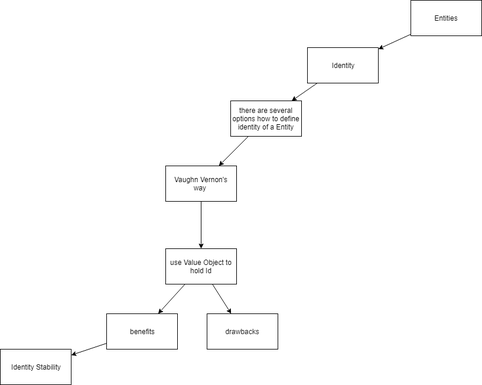
Earlier version of the draw.io export DDD_Entities_Overview.PNG (stsiwo/ddd_concept). Source tidied: cells renumbered, new cells last; positions are measured from the earlier drawing's top-left corner, leaving out a move shared by most shapes. The source it was exported from:
```xml
<mxGraphModel>
  <root>
    <mxCell id="0" />
    <mxCell id="1" parent="0" />
    <mxCell id="2" style="rounded=0;jettySize=auto;html=1;" parent="1" edge="1" source="3" target="5">
      <mxGeometry relative="1" as="geometry" />
    </mxCell>
    <mxCell id="3" value="Entities" style="rounded=0;whiteSpace=wrap;html=1;" parent="1" vertex="1">
      <mxGeometry x="695" width="120" height="60" as="geometry" />
    </mxCell>
    <mxCell id="4" style="edgeStyle=none;rounded=0;jettySize=auto;html=1;" parent="1" edge="1" source="5" target="7">
      <mxGeometry relative="1" as="geometry" />
    </mxCell>
    <mxCell id="5" value="Identity" style="rounded=0;whiteSpace=wrap;html=1;" parent="1" vertex="1">
      <mxGeometry x="520" y="80" width="120" height="60" as="geometry" />
    </mxCell>
    <mxCell id="6" style="edgeStyle=none;rounded=0;jettySize=auto;html=1;" parent="1" edge="1" source="7" target="9">
      <mxGeometry relative="1" as="geometry" />
    </mxCell>
    <mxCell id="7" value="there are several options how to define identity of a Entity" style="rounded=0;whiteSpace=wrap;html=1;" parent="1" vertex="1">
      <mxGeometry x="390" y="170" width="120" height="60" as="geometry" />
    </mxCell>
    <mxCell id="8" style="edgeStyle=none;rounded=0;jettySize=auto;html=1;" parent="1" edge="1" source="9" target="12">
      <mxGeometry relative="1" as="geometry" />
    </mxCell>
    <mxCell id="9" value="Vaughn Vernon's way&amp;nbsp;" style="rounded=0;whiteSpace=wrap;html=1;" parent="1" vertex="1">
      <mxGeometry x="280" y="280" width="120" height="60" as="geometry" />
    </mxCell>
    <mxCell id="10" style="edgeStyle=none;rounded=0;jettySize=auto;html=1;" parent="1" edge="1" source="12" target="15">
      <mxGeometry relative="1" as="geometry" />
    </mxCell>
    <mxCell id="11" style="edgeStyle=none;rounded=0;jettySize=auto;html=1;" parent="1" edge="1" source="12" target="13">
      <mxGeometry relative="1" as="geometry" />
    </mxCell>
    <mxCell id="12" value="use Value Object to hold Id" style="rounded=0;whiteSpace=wrap;html=1;" parent="1" vertex="1">
      <mxGeometry x="280" y="420" width="120" height="60" as="geometry" />
    </mxCell>
    <mxCell id="13" value="drawbacks" style="rounded=0;whiteSpace=wrap;html=1;" parent="1" vertex="1">
      <mxGeometry x="350" y="530" width="120" height="60" as="geometry" />
    </mxCell>
    <mxCell id="14" style="edgeStyle=none;rounded=0;jettySize=auto;html=1;" parent="1" edge="1" source="15" target="16">
      <mxGeometry relative="1" as="geometry" />
    </mxCell>
    <mxCell id="15" value="benefits" style="rounded=0;whiteSpace=wrap;html=1;" parent="1" vertex="1">
      <mxGeometry x="180" y="530" width="120" height="60" as="geometry" />
    </mxCell>
    <mxCell id="16" value="Identity Stability" style="rounded=0;whiteSpace=wrap;html=1;" parent="1" vertex="1">
      <mxGeometry y="590" width="120" height="60" as="geometry" />
    </mxCell>
  </root>
</mxGraphModel>
```
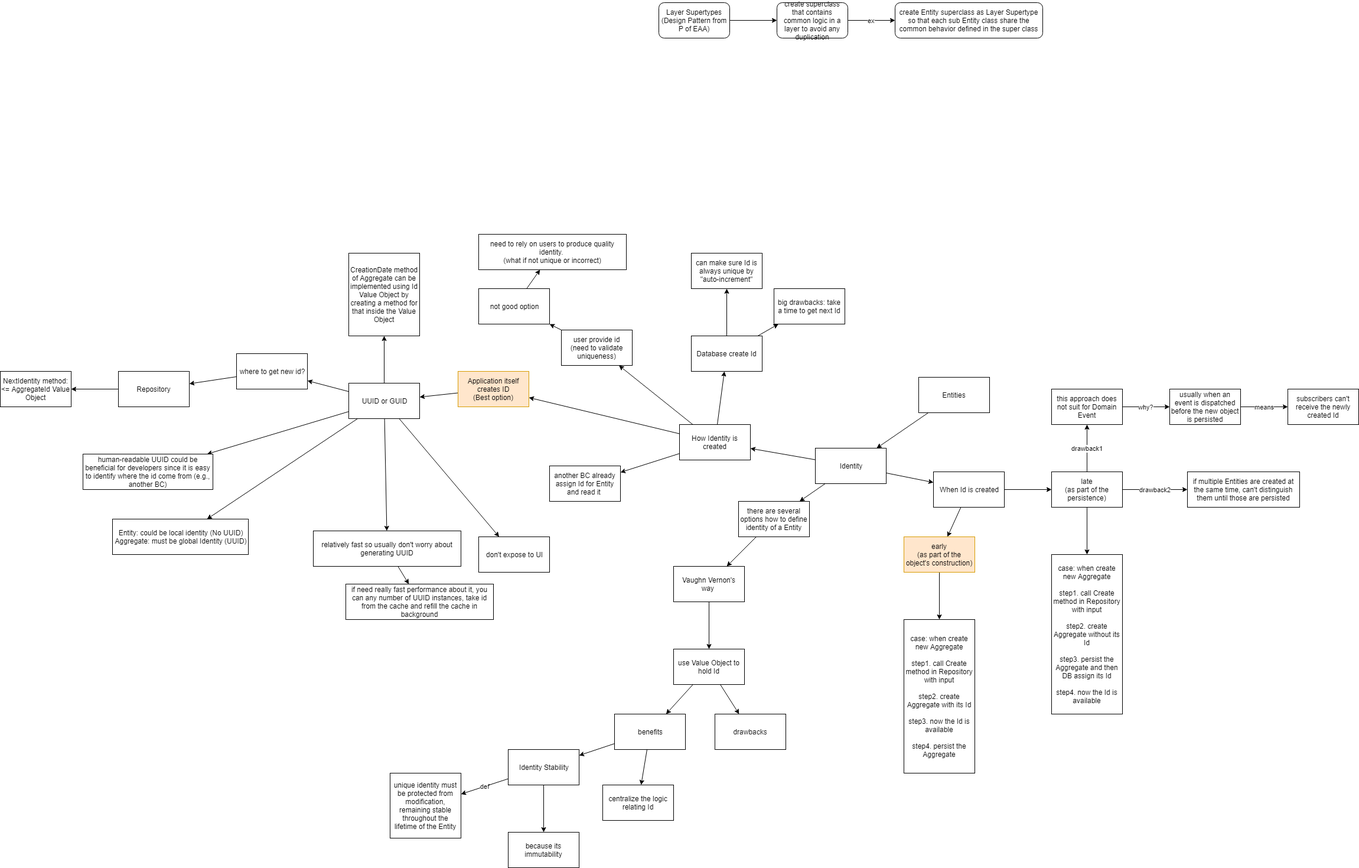
After the commit.

The edit, as a diff of the source:
```diff
@@ -6,14 +6,182 @@
       <mxGeometry relative="1" as="geometry" />
     </mxCell>
     <mxCell id="3" value="Entities" style="rounded=0;whiteSpace=wrap;html=1;" parent="1" vertex="1">
-      <mxGeometry x="695" width="120" height="60" as="geometry" />
+      <mxGeometry x="695" y="-40" width="120" height="60" as="geometry" />
     </mxCell>
     <mxCell id="4" style="edgeStyle=none;rounded=0;jettySize=auto;html=1;" parent="1" edge="1" source="5" target="7">
       <mxGeometry relative="1" as="geometry" />
     </mxCell>
+    <mxCell id="17" style="edgeStyle=none;rounded=0;jettySize=auto;html=1;" parent="1" edge="1" source="5" target="40">
+      <mxGeometry relative="1" as="geometry" />
+    </mxCell>
+    <mxCell id="18" style="edgeStyle=none;rounded=0;jettySize=auto;html=1;" parent="1" edge="1" source="5" target="21">
+      <mxGeometry relative="1" as="geometry" />
+    </mxCell>
     <mxCell id="5" value="Identity" style="rounded=0;whiteSpace=wrap;html=1;" parent="1" vertex="1">
       <mxGeometry x="520" y="80" width="120" height="60" as="geometry" />
     </mxCell>
+    <mxCell id="19" style="edgeStyle=none;rounded=0;jettySize=auto;html=1;" parent="1" edge="1" source="21" target="34">
+      <mxGeometry relative="1" as="geometry" />
+    </mxCell>
+    <mxCell id="20" style="edgeStyle=none;rounded=0;jettySize=auto;html=1;" parent="1" edge="1" source="21" target="25">
+      <mxGeometry relative="1" as="geometry" />
+    </mxCell>
+    <mxCell id="21" value="When Id is created" style="rounded=0;whiteSpace=wrap;html=1;" parent="1" vertex="1">
+      <mxGeometry x="720" y="120" width="120" height="60" as="geometry" />
+    </mxCell>
+    <mxCell id="22" style="edgeStyle=none;rounded=0;jettySize=auto;html=1;" parent="1" edge="1" source="25" target="32">
+      <mxGeometry relative="1" as="geometry" />
+    </mxCell>
+    <mxCell id="23" value="drawback1" style="edgeStyle=none;rounded=0;jettySize=auto;html=1;" parent="1" edge="1" source="25" target="28">
+      <mxGeometry relative="1" as="geometry" />
+    </mxCell>
+    <mxCell id="24" value="drawback2" style="edgeStyle=none;rounded=0;jettySize=auto;html=1;" parent="1" edge="1" source="25" target="26">
+      <mxGeometry relative="1" as="geometry" />
+    </mxCell>
+    <mxCell id="25" value="late&lt;br&gt;(as part of the persistence)" style="rounded=0;whiteSpace=wrap;html=1;" parent="1" vertex="1">
+      <mxGeometry x="920" y="120" width="120" height="60" as="geometry" />
+    </mxCell>
+    <mxCell id="26" value="if multiple Entities are created at the same time, can't distinguish them until those are persisted" style="rounded=0;whiteSpace=wrap;html=1;" parent="1" vertex="1">
+      <mxGeometry x="1150" y="120" width="190" height="60" as="geometry" />
+    </mxCell>
+    <mxCell id="27" value="why?" style="edgeStyle=none;rounded=0;jettySize=auto;html=1;" parent="1" edge="1" source="28" target="30">
+      <mxGeometry relative="1" as="geometry" />
+    </mxCell>
+    <mxCell id="28" value="this approach does not suit for Domain Event" style="rounded=0;whiteSpace=wrap;html=1;" parent="1" vertex="1">
+      <mxGeometry x="920" y="-20" width="120" height="60" as="geometry" />
+    </mxCell>
+    <mxCell id="29" value="means" style="edgeStyle=none;rounded=0;jettySize=auto;html=1;" parent="1" edge="1" source="30" target="31">
+      <mxGeometry relative="1" as="geometry" />
+    </mxCell>
+    <mxCell id="30" value="usually when an event is dispatched before the new object is persisted" style="rounded=0;whiteSpace=wrap;html=1;" parent="1" vertex="1">
+      <mxGeometry x="1120" y="-20" width="120" height="60" as="geometry" />
+    </mxCell>
+    <mxCell id="31" value="subscribers can't receive the newly created Id" style="rounded=0;whiteSpace=wrap;html=1;" parent="1" vertex="1">
+      <mxGeometry x="1320" y="-20" width="120" height="60" as="geometry" />
+    </mxCell>
+    <mxCell id="32" value="case: when create new Aggregate&lt;br&gt;&lt;br&gt;step1. call Create method in Repository with input&lt;br&gt;&lt;br&gt;step2. create Aggregate without its Id&lt;br&gt;&lt;br&gt;step3. persist the Aggregate and then DB assign its Id&lt;br&gt;&lt;br&gt;step4. now the Id is available" style="rounded=0;whiteSpace=wrap;html=1;" parent="1" vertex="1">
+      <mxGeometry x="920" y="260" width="120" height="270" as="geometry" />
+    </mxCell>
+    <mxCell id="33" style="edgeStyle=none;rounded=0;jettySize=auto;html=1;" parent="1" edge="1" source="34" target="35">
+      <mxGeometry relative="1" as="geometry" />
+    </mxCell>
+    <mxCell id="34" value="early&lt;br&gt;(as part of the object's construction)" style="rounded=0;whiteSpace=wrap;html=1;fillColor=#ffe6cc;strokeColor=#d79b00;" parent="1" vertex="1">
+      <mxGeometry x="670" y="230" width="120" height="60" as="geometry" />
+    </mxCell>
+    <mxCell id="35" value="case: when create new Aggregate&lt;br&gt;&lt;br&gt;step1. call Create method in Repository with input&lt;br&gt;&lt;br&gt;step2. create Aggregate with its Id&lt;br&gt;&lt;br&gt;step3. now the Id is available&lt;br&gt;&lt;br&gt;step4. persist the Aggregate" style="rounded=0;whiteSpace=wrap;html=1;" parent="1" vertex="1">
+      <mxGeometry x="670" y="370" width="120" height="260" as="geometry" />
+    </mxCell>
+    <mxCell id="36" style="edgeStyle=none;rounded=0;jettySize=auto;html=1;" parent="1" edge="1" source="40" target="53">
+      <mxGeometry relative="1" as="geometry" />
+    </mxCell>
+    <mxCell id="37" style="edgeStyle=none;rounded=0;jettySize=auto;html=1;" parent="1" edge="1" source="40" target="49">
+      <mxGeometry relative="1" as="geometry" />
+    </mxCell>
+    <mxCell id="38" style="edgeStyle=none;rounded=0;jettySize=auto;html=1;" parent="1" edge="1" source="40" target="46">
+      <mxGeometry relative="1" as="geometry" />
+    </mxCell>
+    <mxCell id="39" style="edgeStyle=none;rounded=0;jettySize=auto;html=1;" parent="1" edge="1" source="40" target="42">
+      <mxGeometry relative="1" as="geometry" />
+    </mxCell>
+    <mxCell id="40" value="How Identity is created" style="rounded=0;whiteSpace=wrap;html=1;" parent="1" vertex="1">
+      <mxGeometry x="290" y="40" width="120" height="60" as="geometry" />
+    </mxCell>
+    <mxCell id="41" style="edgeStyle=none;rounded=0;jettySize=auto;html=1;" parent="1" edge="1" source="42" target="44">
+      <mxGeometry relative="1" as="geometry" />
+    </mxCell>
+    <mxCell id="42" value="user provide id&lt;br&gt;(need to validate uniqueness)" style="rounded=0;whiteSpace=wrap;html=1;" parent="1" vertex="1">
+      <mxGeometry x="90" y="-120" width="120" height="60" as="geometry" />
+    </mxCell>
+    <mxCell id="43" style="edgeStyle=none;rounded=0;jettySize=auto;html=1;" parent="1" edge="1" source="44" target="45">
+      <mxGeometry relative="1" as="geometry" />
+    </mxCell>
+    <mxCell id="44" value="not good option" style="rounded=0;whiteSpace=wrap;html=1;" parent="1" vertex="1">
+      <mxGeometry x="-50" y="-190" width="120" height="60" as="geometry" />
+    </mxCell>
+    <mxCell id="45" value="need to rely on users to produce quality identity.&amp;nbsp;&lt;br&gt;(what if not unique or incorrect)" style="rounded=0;whiteSpace=wrap;html=1;" parent="1" vertex="1">
+      <mxGeometry x="-50" y="-282" width="250" height="60" as="geometry" />
+    </mxCell>
+    <mxCell id="46" value="another BC already assign Id for Entity and read it&amp;nbsp;" style="rounded=0;whiteSpace=wrap;html=1;" parent="1" vertex="1">
+      <mxGeometry x="70" y="110" width="120" height="60" as="geometry" />
+    </mxCell>
+    <mxCell id="47" style="edgeStyle=none;rounded=0;jettySize=auto;html=1;" parent="1" edge="1" source="49" target="51">
+      <mxGeometry relative="1" as="geometry" />
+    </mxCell>
+    <mxCell id="48" style="edgeStyle=none;rounded=0;jettySize=auto;html=1;" parent="1" edge="1" source="49" target="50">
+      <mxGeometry relative="1" as="geometry" />
+    </mxCell>
+    <mxCell id="49" value="Database create Id" style="rounded=0;whiteSpace=wrap;html=1;" parent="1" vertex="1">
+      <mxGeometry x="310" y="-110" width="120" height="60" as="geometry" />
+    </mxCell>
+    <mxCell id="50" value="big drawbacks: take a time to get next Id" style="rounded=0;whiteSpace=wrap;html=1;" parent="1" vertex="1">
+      <mxGeometry x="450" y="-190" width="120" height="60" as="geometry" />
+    </mxCell>
+    <mxCell id="51" value="can make sure Id is always unique by &quot;auto-increment&quot;" style="rounded=0;whiteSpace=wrap;html=1;" parent="1" vertex="1">
+      <mxGeometry x="310" y="-250" width="120" height="60" as="geometry" />
+    </mxCell>
+    <mxCell id="52" style="edgeStyle=none;rounded=0;jettySize=auto;html=1;" parent="1" edge="1" source="53" target="60">
+      <mxGeometry relative="1" as="geometry" />
+    </mxCell>
+    <mxCell id="53" value="Application itself creates ID&lt;br&gt;(Best option)" style="rounded=0;whiteSpace=wrap;html=1;fillColor=#ffe6cc;strokeColor=#d79b00;" parent="1" vertex="1">
+      <mxGeometry x="-85" y="-50" width="120" height="60" as="geometry" />
+    </mxCell>
+    <mxCell id="54" style="edgeStyle=none;rounded=0;jettySize=auto;html=1;" parent="1" edge="1" source="60" target="71">
+      <mxGeometry relative="1" as="geometry" />
+    </mxCell>
+    <mxCell id="55" style="edgeStyle=none;rounded=0;jettySize=auto;html=1;" parent="1" edge="1" source="60" target="69">
+      <mxGeometry relative="1" as="geometry" />
+    </mxCell>
+    <mxCell id="56" style="edgeStyle=none;rounded=0;jettySize=auto;html=1;" parent="1" edge="1" source="60" target="68">
+      <mxGeometry relative="1" as="geometry" />
+    </mxCell>
+    <mxCell id="57" style="edgeStyle=none;rounded=0;jettySize=auto;html=1;" parent="1" edge="1" source="60" target="67">
+      <mxGeometry relative="1" as="geometry" />
+    </mxCell>
+    <mxCell id="58" style="edgeStyle=none;rounded=0;jettySize=auto;html=1;" parent="1" edge="1" source="60" target="63">
+      <mxGeometry relative="1" as="geometry" />
+    </mxCell>
+    <mxCell id="59" style="edgeStyle=none;rounded=0;jettySize=auto;html=1;" parent="1" edge="1" source="60" target="61">
+      <mxGeometry relative="1" as="geometry" />
+    </mxCell>
+    <mxCell id="60" value="UUID or GUID" style="rounded=0;whiteSpace=wrap;html=1;" parent="1" vertex="1">
+      <mxGeometry x="-270" y="-30" width="120" height="60" as="geometry" />
+    </mxCell>
+    <mxCell id="61" value="CreationDate method of Aggregate can be implemented using Id Value Object by creating a method for that inside the Value Object" style="rounded=0;whiteSpace=wrap;html=1;" parent="1" vertex="1">
+      <mxGeometry x="-270" y="-250" width="120" height="140" as="geometry" />
+    </mxCell>
+    <mxCell id="62" style="edgeStyle=none;rounded=0;jettySize=auto;html=1;" parent="1" edge="1" source="63" target="65">
+      <mxGeometry relative="1" as="geometry" />
+    </mxCell>
+    <mxCell id="63" value="where to get new id?" style="rounded=0;whiteSpace=wrap;html=1;" parent="1" vertex="1">
+      <mxGeometry x="-460" y="-80" width="120" height="60" as="geometry" />
+    </mxCell>
+    <mxCell id="64" style="edgeStyle=none;rounded=0;jettySize=auto;html=1;" parent="1" edge="1" source="65" target="66">
+      <mxGeometry relative="1" as="geometry" />
+    </mxCell>
+    <mxCell id="65" value="Repository" style="rounded=0;whiteSpace=wrap;html=1;" parent="1" vertex="1">
+      <mxGeometry x="-660" y="-50" width="120" height="60" as="geometry" />
+    </mxCell>
+    <mxCell id="66" value="NextIdentity method:&lt;br&gt;&amp;lt;= AggregateId Value Object" style="rounded=0;whiteSpace=wrap;html=1;" parent="1" vertex="1">
+      <mxGeometry x="-860" y="-50" width="120" height="60" as="geometry" />
+    </mxCell>
+    <mxCell id="67" value="human-readable UUID could be beneficial for developers since it is easy to identify where the id come from (e.g., another BC)" style="rounded=0;whiteSpace=wrap;html=1;" parent="1" vertex="1">
+      <mxGeometry x="-720" y="90" width="220" height="60" as="geometry" />
+    </mxCell>
+    <mxCell id="68" value="Entity: could be local identity (No UUID)&lt;br&gt;Aggregate: must be global Identity (UUID)" style="rounded=0;whiteSpace=wrap;html=1;" parent="1" vertex="1">
+      <mxGeometry x="-670" y="200" width="230" height="60" as="geometry" />
+    </mxCell>
+    <mxCell id="69" value="don't expose to UI" style="rounded=0;whiteSpace=wrap;html=1;" parent="1" vertex="1">
+      <mxGeometry x="-50" y="230" width="120" height="60" as="geometry" />
+    </mxCell>
+    <mxCell id="70" style="edgeStyle=none;rounded=0;jettySize=auto;html=1;" parent="1" edge="1" source="71" target="72">
+      <mxGeometry relative="1" as="geometry" />
+    </mxCell>
+    <mxCell id="71" value="relatively fast so usually don't worry about generating UUID" style="rounded=0;whiteSpace=wrap;html=1;" parent="1" vertex="1">
+      <mxGeometry x="-330" y="220" width="250" height="60" as="geometry" />
+    </mxCell>
+    <mxCell id="72" value="if need really fast performance about it, you can any number of UUID instances, take id from the cache and refill the cache in background" style="rounded=0;whiteSpace=wrap;html=1;" parent="1" vertex="1">
+      <mxGeometry x="-275" y="310" width="250" height="60" as="geometry" />
+    </mxCell>
     <mxCell id="6" style="edgeStyle=none;rounded=0;jettySize=auto;html=1;" parent="1" edge="1" source="7" target="9">
       <mxGeometry relative="1" as="geometry" />
     </mxCell>
@@ -41,11 +209,44 @@
     <mxCell id="14" style="edgeStyle=none;rounded=0;jettySize=auto;html=1;" parent="1" edge="1" source="15" target="16">
       <mxGeometry relative="1" as="geometry" />
     </mxCell>
+    <mxCell id="73" style="edgeStyle=none;rounded=0;jettySize=auto;html=1;" parent="1" edge="1" source="15" target="74">
+      <mxGeometry relative="1" as="geometry" />
+    </mxCell>
     <mxCell id="15" value="benefits" style="rounded=0;whiteSpace=wrap;html=1;" parent="1" vertex="1">
       <mxGeometry x="180" y="530" width="120" height="60" as="geometry" />
     </mxCell>
+    <mxCell id="74" value="centralize the logic relating Id" style="rounded=0;whiteSpace=wrap;html=1;" parent="1" vertex="1">
+      <mxGeometry x="160" y="650" width="120" height="60" as="geometry" />
+    </mxCell>
+    <mxCell id="75" style="edgeStyle=none;rounded=0;jettySize=auto;html=1;" parent="1" edge="1" source="16" target="78">
+      <mxGeometry relative="1" as="geometry" />
+    </mxCell>
+    <mxCell id="76" value="def" style="edgeStyle=none;rounded=0;jettySize=auto;html=1;" parent="1" edge="1" source="16" target="77">
+      <mxGeometry relative="1" as="geometry" />
+    </mxCell>
     <mxCell id="16" value="Identity Stability" style="rounded=0;whiteSpace=wrap;html=1;" parent="1" vertex="1">
       <mxGeometry y="590" width="120" height="60" as="geometry" />
     </mxCell>
+    <mxCell id="77" value="unique identity must be protected from modification, remaining stable throughout the lifetime of the Entity" style="rounded=0;whiteSpace=wrap;html=1;" parent="1" vertex="1">
+      <mxGeometry x="-200" y="630" width="120" height="110" as="geometry" />
+    </mxCell>
+    <mxCell id="78" value="because its immutability" style="rounded=0;whiteSpace=wrap;html=1;" parent="1" vertex="1">
+      <mxGeometry y="730" width="120" height="60" as="geometry" />
+    </mxCell>
+    <mxCell id="79" style="edgeStyle=none;rounded=0;jettySize=auto;html=1;" parent="1" edge="1" source="80" target="82">
+      <mxGeometry relative="1" as="geometry" />
+    </mxCell>
+    <mxCell id="80" value="Layer Supertypes&lt;br&gt;(Design Pattern from P of EAA)" style="rounded=1;whiteSpace=wrap;html=1;" parent="1" vertex="1">
+      <mxGeometry x="255" y="-674" width="120" height="60" as="geometry" />
+    </mxCell>
+    <mxCell id="81" value="ex" style="edgeStyle=none;rounded=0;jettySize=auto;html=1;" parent="1" edge="1" source="82" target="83">
+      <mxGeometry relative="1" as="geometry" />
+    </mxCell>
+    <mxCell id="82" value="create superclass that contains common logic in a layer to avoid any duplication" style="rounded=1;whiteSpace=wrap;html=1;" parent="1" vertex="1">
+      <mxGeometry x="455" y="-674" width="120" height="60" as="geometry" />
+    </mxCell>
+    <mxCell id="83" value="create Entity superclass as Layer Supertype so that each sub Entity class share the common behavior defined in the super class" style="rounded=1;whiteSpace=wrap;html=1;" parent="1" vertex="1">
+      <mxGeometry x="655" y="-674" width="250" height="60" as="geometry" />
+    </mxCell>
   </root>
 </mxGraphModel>
```
